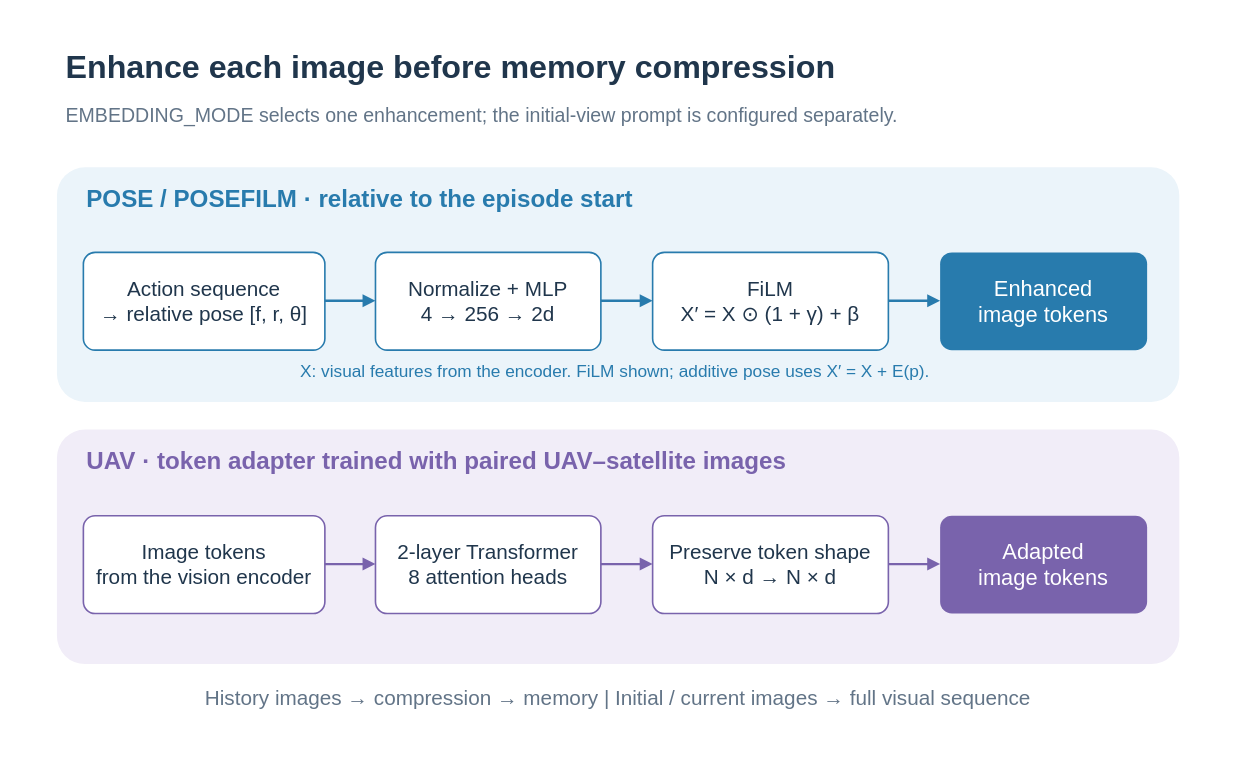
The draw.io diagram docs/assets/concepts/diagrams/input-enhancement.en-US.drawio in Eku127/SwiftVLN, before the edit. Source tidied: cells renumbered, new cells numbered last; positions are measured from the earlier drawing's top-left corner, leaving out a move shared by most shapes. Both pictures are drawn from the tidied source at 115%, with x=0, y=0 at pixel (20, 20).
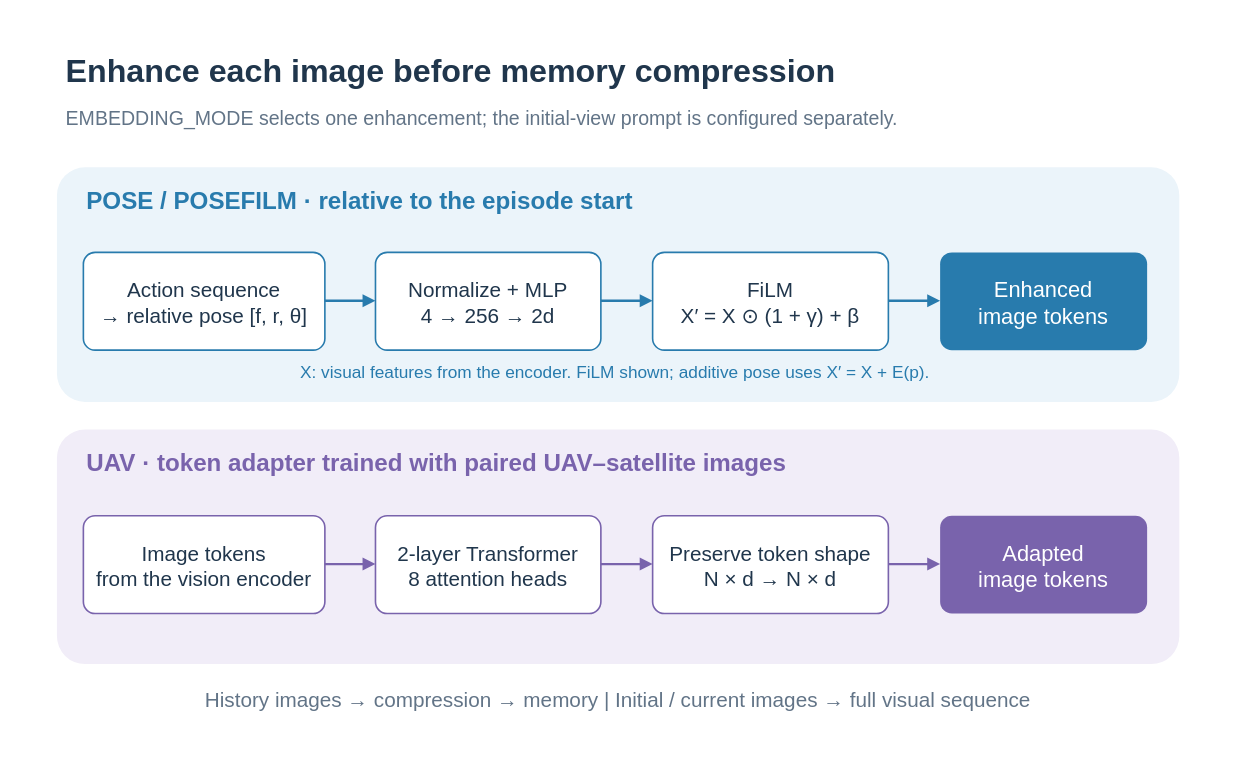
The same page after the edit.

The edit, as a diff of the source:
```diff
@@
-    <mxCell id="2" style="rounded=0;arcSize=12;whiteSpace=wrap;html=0;fillColor=#FFFFFF;strokeColor=none;strokeWidth=1.4;fontColor=#20364C;fontFamily=Arial;fontSize=19;fontStyle=0;align=center;verticalAlign=middle;spacing=8;" parent="1" vertex="1">
+    <mxCell id="2" style="rounded=0;arcSize=12;whiteSpace=nowrap;html=0;fillColor=#FFFFFF;strokeColor=none;strokeWidth=1.4;fontColor=#20364C;fontFamily=Arial;fontSize=19;fontStyle=0;align=center;verticalAlign=middle;spacing=8;" parent="1" vertex="1">
       <mxGeometry width="1040" height="625" as="geometry" />
     </mxCell>
-    <mxCell id="3" value="Enhance each image before memory compression" style="rounded=0;arcSize=12;whiteSpace=wrap;html=0;fillColor=none;strokeColor=none;strokeWidth=1.4;fontColor=#20364C;fontFamily=Arial;fontSize=28;fontStyle=1;align=left;verticalAlign=middle;spacing=8;" parent="1" vertex="1">
+    <mxCell id="3" value="Enhance each image before memory compression" style="rounded=0;arcSize=12;whiteSpace=nowrap;html=0;fillColor=none;strokeColor=none;strokeWidth=1.4;fontColor=#20364C;fontFamily=Arial;fontSize=28;fontStyle=1;align=left;verticalAlign=middle;spacing=8;" parent="1" vertex="1">
       <mxGeometry x="32" y="22" width="970" height="38" as="geometry" />
     </mxCell>
-    <mxCell id="4" value="EMBEDDING_MODE selects one enhancement; the initial-view prompt is configured separately." style="rounded=0;arcSize=12;whiteSpace=wrap;html=0;fillColor=none;strokeColor=none;strokeWidth=1.4;fontColor=#627487;fontFamily=Arial;fontSize=17;fontStyle=0;align=left;verticalAlign=middle;spacing=8;" parent="1" vertex="1">
+    <mxCell id="4" value="EMBEDDING_MODE selects one enhancement; the initial-view prompt is configured separately." style="rounded=0;arcSize=12;whiteSpace=nowrap;html=0;fillColor=none;strokeColor=none;strokeWidth=1.4;fontColor=#627487;fontFamily=Arial;fontSize=17;fontStyle=0;align=left;verticalAlign=middle;spacing=8;" parent="1" vertex="1">
       <mxGeometry x="32" y="67" width="970" height="34" as="geometry" />
     </mxCell>
-    <mxCell id="5" style="rounded=1;arcSize=12;whiteSpace=wrap;html=0;fillColor=#EBF4FA;strokeColor=none;strokeWidth=1.4;fontColor=#20364C;fontFamily=Arial;fontSize=19;fontStyle=0;align=center;verticalAlign=middle;spacing=8;" parent="1" vertex="1">
+    <mxCell id="5" style="rounded=1;arcSize=12;whiteSpace=nowrap;html=0;fillColor=#EBF4FA;strokeColor=none;strokeWidth=1.4;fontColor=#20364C;fontFamily=Arial;fontSize=19;fontStyle=0;align=center;verticalAlign=middle;spacing=8;" parent="1" vertex="1">
       <mxGeometry x="32" y="128" width="976" height="204" as="geometry" />
     </mxCell>
-    <mxCell id="6" value="POSE / POSEFILM  ·  relative to the episode start" style="rounded=0;arcSize=12;whiteSpace=wrap;html=0;fillColor=none;strokeColor=none;strokeWidth=1.4;fontColor=#287BAD;fontFamily=Arial;fontSize=21;fontStyle=1;align=left;verticalAlign=middle;spacing=8;" parent="1" vertex="1">
+    <mxCell id="6" value="POSE / POSEFILM  ·  relative to the episode start" style="rounded=0;arcSize=12;whiteSpace=nowrap;html=0;fillColor=none;strokeColor=none;strokeWidth=1.4;fontColor=#287BAD;fontFamily=Arial;fontSize=21;fontStyle=1;align=left;verticalAlign=middle;spacing=8;" parent="1" vertex="1">
       <mxGeometry x="50" y="139" width="930" height="32" as="geometry" />
     </mxCell>
-    <mxCell id="7" value="Action sequence&#10;→ relative pose [f, r, θ]" style="rounded=1;arcSize=12;whiteSpace=wrap;html=0;fillColor=#FFFFFF;strokeColor=#287BAD;strokeWidth=1.4;fontColor=#20364C;fontFamily=Arial;fontSize=18;fontStyle=0;align=center;verticalAlign=middle;spacing=8;" parent="1" vertex="1">
+    <mxCell id="7" value="Action sequence&#10;→ relative pose [f, r, θ]" style="rounded=1;arcSize=12;whiteSpace=nowrap;html=0;fillColor=#FFFFFF;strokeColor=#287BAD;strokeWidth=1.4;fontColor=#20364C;fontFamily=Arial;fontSize=18;fontStyle=0;align=center;verticalAlign=middle;spacing=8;" parent="1" vertex="1">
       <mxGeometry x="55" y="202" width="210" height="85" as="geometry" />
     </mxCell>
-    <mxCell id="8" value="Normalize + MLP&#10;4 → 256 → 2d" style="rounded=1;arcSize=12;whiteSpace=wrap;html=0;fillColor=#FFFFFF;strokeColor=#287BAD;strokeWidth=1.4;fontColor=#20364C;fontFamily=Arial;fontSize=18;fontStyle=0;align=center;verticalAlign=middle;spacing=8;" parent="1" vertex="1">
+    <mxCell id="8" value="Normalize + MLP&#10;4 → 256 → 2d" style="rounded=1;arcSize=12;whiteSpace=nowrap;html=0;fillColor=#FFFFFF;strokeColor=#287BAD;strokeWidth=1.4;fontColor=#20364C;fontFamily=Arial;fontSize=18;fontStyle=0;align=center;verticalAlign=middle;spacing=8;" parent="1" vertex="1">
       <mxGeometry x="309" y="202" width="196" height="85" as="geometry" />
     </mxCell>
-    <mxCell id="9" value="FiLM&#10;X′ = X ⊙ (1 + γ) + β" style="rounded=1;arcSize=12;whiteSpace=wrap;html=0;fillColor=#FFFFFF;strokeColor=#287BAD;strokeWidth=1.4;fontColor=#20364C;fontFamily=Arial;fontSize=18;fontStyle=0;align=center;verticalAlign=middle;spacing=8;" parent="1" vertex="1">
+    <mxCell id="9" value="FiLM&#10;X′ = X ⊙ (1 + γ) + β" style="rounded=1;arcSize=12;whiteSpace=nowrap;html=0;fillColor=#FFFFFF;strokeColor=#287BAD;strokeWidth=1.4;fontColor=#20364C;fontFamily=Arial;fontSize=18;fontStyle=0;align=center;verticalAlign=middle;spacing=8;" parent="1" vertex="1">
       <mxGeometry x="550" y="202" width="205" height="85" as="geometry" />
     </mxCell>
-    <mxCell id="10" value="Enhanced&#10;image tokens" style="rounded=1;arcSize=12;whiteSpace=wrap;html=0;fillColor=#287BAD;strokeColor=none;strokeWidth=1.4;fontColor=#FFFFFF;fontFamily=Arial;fontSize=19;fontStyle=0;align=center;verticalAlign=middle;spacing=8;" parent="1" vertex="1">
+    <mxCell id="10" value="Enhanced&#10;image tokens" style="rounded=1;arcSize=12;whiteSpace=nowrap;html=0;fillColor=#287BAD;strokeColor=none;strokeWidth=1.4;fontColor=#FFFFFF;fontFamily=Arial;fontSize=19;fontStyle=0;align=center;verticalAlign=middle;spacing=8;" parent="1" vertex="1">
       <mxGeometry x="800" y="202" width="180" height="85" as="geometry" />
     </mxCell>
@@
-    <mxCell id="14" value="X: visual features from the encoder. FiLM shown; additive pose uses X′ = X + E(p)." style="rounded=0;arcSize=12;whiteSpace=wrap;html=0;fillColor=none;strokeColor=none;strokeWidth=1.4;fontColor=#287BAD;fontFamily=Arial;fontSize=15;fontStyle=0;align=center;verticalAlign=middle;spacing=8;" parent="1" vertex="1">
+    <mxCell id="14" value="X: visual features from the encoder. FiLM shown; additive pose uses X′ = X + E(p)." style="rounded=0;arcSize=12;whiteSpace=nowrap;html=0;fillColor=none;strokeColor=none;strokeWidth=1.4;fontColor=#287BAD;fontFamily=Arial;fontSize=15;fontStyle=0;align=center;verticalAlign=middle;spacing=8;" parent="1" vertex="1">
       <mxGeometry x="55" y="291" width="925" height="28" as="geometry" />
     </mxCell>
-    <mxCell id="15" style="rounded=1;arcSize=12;whiteSpace=wrap;html=0;fillColor=#F1EDF8;strokeColor=none;strokeWidth=1.4;fontColor=#20364C;fontFamily=Arial;fontSize=19;fontStyle=0;align=center;verticalAlign=middle;spacing=8;" parent="1" vertex="1">
+    <mxCell id="15" style="rounded=1;arcSize=12;whiteSpace=nowrap;html=0;fillColor=#F1EDF8;strokeColor=none;strokeWidth=1.4;fontColor=#20364C;fontFamily=Arial;fontSize=19;fontStyle=0;align=center;verticalAlign=middle;spacing=8;" parent="1" vertex="1">
       <mxGeometry x="32" y="356" width="976" height="204" as="geometry" />
     </mxCell>
-    <mxCell id="16" value="UAV  ·  token adapter trained with paired UAV–satellite images" style="rounded=0;arcSize=12;whiteSpace=wrap;html=0;fillColor=none;strokeColor=none;strokeWidth=1.4;fontColor=#7963AC;fontFamily=Arial;fontSize=21;fontStyle=1;align=left;verticalAlign=middle;spacing=8;" parent="1" vertex="1">
+    <mxCell id="16" value="UAV  ·  token adapter trained with paired UAV–satellite images" style="rounded=0;arcSize=12;whiteSpace=nowrap;html=0;fillColor=none;strokeColor=none;strokeWidth=1.4;fontColor=#7963AC;fontFamily=Arial;fontSize=21;fontStyle=1;align=left;verticalAlign=middle;spacing=8;" parent="1" vertex="1">
       <mxGeometry x="50" y="367" width="930" height="32" as="geometry" />
     </mxCell>
-    <mxCell id="17" value="Image tokens&#10;from the vision encoder" style="rounded=1;arcSize=12;whiteSpace=wrap;html=0;fillColor=#FFFFFF;strokeColor=#7963AC;strokeWidth=1.4;fontColor=#20364C;fontFamily=Arial;fontSize=18;fontStyle=0;align=center;verticalAlign=middle;spacing=8;" parent="1" vertex="1">
+    <mxCell id="17" value="Image tokens&#10;from the vision encoder" style="rounded=1;arcSize=12;whiteSpace=nowrap;html=0;fillColor=#FFFFFF;strokeColor=#7963AC;strokeWidth=1.4;fontColor=#20364C;fontFamily=Arial;fontSize=18;fontStyle=0;align=center;verticalAlign=middle;spacing=8;" parent="1" vertex="1">
       <mxGeometry x="55" y="431" width="210" height="85" as="geometry" />
     </mxCell>
-    <mxCell id="18" value="2-layer Transformer&#10;8 attention heads" style="rounded=1;arcSize=12;whiteSpace=wrap;html=0;fillColor=#FFFFFF;strokeColor=#7963AC;strokeWidth=1.4;fontColor=#20364C;fontFamily=Arial;fontSize=18;fontStyle=0;align=center;verticalAlign=middle;spacing=8;" parent="1" vertex="1">
+    <mxCell id="18" value="2-layer Transformer&#10;8 attention heads" style="rounded=1;arcSize=12;whiteSpace=nowrap;html=0;fillColor=#FFFFFF;strokeColor=#7963AC;strokeWidth=1.4;fontColor=#20364C;fontFamily=Arial;fontSize=18;fontStyle=0;align=center;verticalAlign=middle;spacing=8;" parent="1" vertex="1">
       <mxGeometry x="309" y="431" width="196" height="85" as="geometry" />
     </mxCell>
-    <mxCell id="19" value="Preserve token shape&#10;N × d → N × d" style="rounded=1;arcSize=12;whiteSpace=wrap;html=0;fillColor=#FFFFFF;strokeColor=#7963AC;strokeWidth=1.4;fontColor=#20364C;fontFamily=Arial;fontSize=18;fontStyle=0;align=center;verticalAlign=middle;spacing=8;" parent="1" vertex="1">
+    <mxCell id="19" value="Preserve token shape&#10;N × d → N × d" style="rounded=1;arcSize=12;whiteSpace=nowrap;html=0;fillColor=#FFFFFF;strokeColor=#7963AC;strokeWidth=1.4;fontColor=#20364C;fontFamily=Arial;fontSize=18;fontStyle=0;align=center;verticalAlign=middle;spacing=8;" parent="1" vertex="1">
       <mxGeometry x="550" y="431" width="205" height="85" as="geometry" />
     </mxCell>
-    <mxCell id="20" value="Adapted&#10;image tokens" style="rounded=1;arcSize=12;whiteSpace=wrap;html=0;fillColor=#7963AC;strokeColor=none;strokeWidth=1.4;fontColor=#FFFFFF;fontFamily=Arial;fontSize=19;fontStyle=0;align=center;verticalAlign=middle;spacing=8;" parent="1" vertex="1">
+    <mxCell id="20" value="Adapted&#10;image tokens" style="rounded=1;arcSize=12;whiteSpace=nowrap;html=0;fillColor=#7963AC;strokeColor=none;strokeWidth=1.4;fontColor=#FFFFFF;fontFamily=Arial;fontSize=19;fontStyle=0;align=center;verticalAlign=middle;spacing=8;" parent="1" vertex="1">
       <mxGeometry x="800" y="431" width="180" height="85" as="geometry" />
     </mxCell>
@@
-    <mxCell id="24" value="History images → compression → memory   |   Initial / current images → full visual sequence" style="rounded=0;arcSize=12;whiteSpace=wrap;html=0;fillColor=none;strokeColor=none;strokeWidth=1.4;fontColor=#627487;fontFamily=Arial;fontSize=18;fontStyle=0;align=center;verticalAlign=middle;spacing=8;" parent="1" vertex="1">
+    <mxCell id="24" value="History images → compression → memory   |   Initial / current images → full visual sequence" style="rounded=0;arcSize=12;whiteSpace=nowrap;html=0;fillColor=none;strokeColor=none;strokeWidth=1.4;fontColor=#627487;fontFamily=Arial;fontSize=18;fontStyle=0;align=center;verticalAlign=middle;spacing=8;" parent="1" vertex="1">
       <mxGeometry x="32" y="575" width="976" height="30" as="geometry" />
     </mxCell>
```
